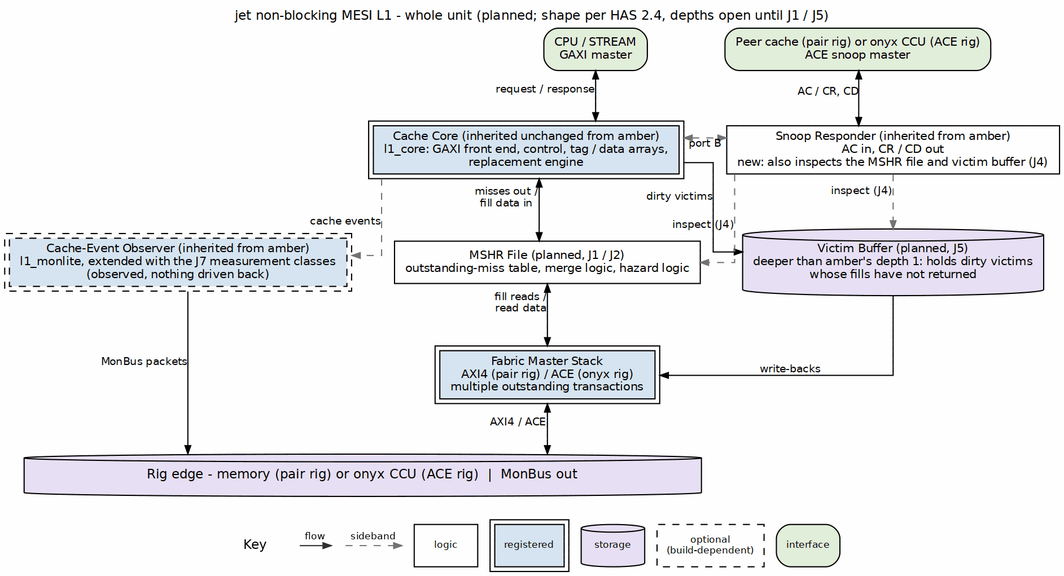
The Graphviz diagram projects/components/cache-ip/jet-mesi-l1/docs/jet_has/assets/graphviz/01_block_diagram.png in sean-galloway/RTLDesignSherpa, before a commit. Its source is kept beside it as projects/components/cache-ip/jet-mesi-l1/docs/jet_has/assets/graphviz/01_block_diagram.dot. Source of this version:
```dot
digraph jet_planned {
    graph [rankdir=TB, bgcolor="white", fontname="Helvetica", fontsize=11,
           nodesep="0.50", ranksep="0.60", splines=ortho,
           label="jet non-blocking MESI L1 - whole unit (planned; shape per HAS 2.4, depths open until J1 / J5)",
           labelloc=t, labeljust=c];
    node  [fontname="Helvetica", fontsize=10, shape=box, style=filled,
           fillcolor="white", color="black", margin="0.12,0.06"];
    edge  [fontname="Helvetica", fontsize=9, color="black", arrowsize=0.7];

    cpu  [label="CPU / STREAM\nGAXI master", fillcolor="white", style="rounded,filled", fillcolor="#E2EFDA"];
    peer [label="Peer cache (pair rig) or onyx CCU (ACE rig)\nACE snoop master", fillcolor="white", style="rounded,filled", fillcolor="#E2EFDA"];

    core [label="Cache Core (inherited unchanged from amber)\nl1_core: GAXI front end, control, tag / data arrays,\nreplacement engine", peripheries=2, style="filled", fillcolor="#D6E4F0"];
    snp  [label="Snoop Responder (inherited from amber)\nAC in, CR / CD out\nnew: also inspects the MSHR file and victim buffer (J4)", style="filled", fillcolor="white"];

    mshr [label="MSHR File (planned, J1 / J2)\noutstanding-miss table, merge logic, hazard logic", style="filled", fillcolor="white"];
    vic  [label="Victim Buffer (planned, J5)\ndeeper than amber's depth 1: holds dirty victims\nwhose fills have not returned", shape=cylinder, style="filled", fillcolor="#E8DFF5"];
    mon  [label="Cache-Event Observer (inherited from amber)\nl1_monlite, extended with the J7 measurement classes\n(observed, nothing driven back)", style="filled,dashed", peripheries=2, style="filled,dashed", fillcolor="#D6E4F0"];

    fab  [label="Fabric Master Stack\nAXI4 (pair rig) / ACE (onyx rig)\nmultiple outstanding transactions", peripheries=2, style="filled", fillcolor="#D6E4F0"];

    bar  [label="Rig edge - memory (pair rig) or onyx CCU (ACE rig)  |  MonBus out",
          fillcolor="white", width=8, height=0.5, fontsize=11, shape=cylinder, style="filled", fillcolor="#E8DFF5"];

    cpu  -> core [dir=both, xlabel="request / response"];
    core -> mshr [dir=both, xlabel="misses out /\nfill data in"];
    core -> vic  [xlabel="dirty victims"];
    mshr -> fab  [dir=both, xlabel="fill reads /\nread data"];
    vic  -> fab  [xlabel="write-backs"];
    fab  -> bar  [dir=both, xlabel="AXI4 / ACE"];

    peer -> snp  [dir=both, xlabel="AC / CR, CD"];
    core -> snp  [dir=both, style=dashed, color="#777777", xlabel="port B"];
    snp  -> mshr [style=dashed, color="#777777", xlabel="inspect (J4)"];
    snp  -> vic  [style=dashed, color="#777777", xlabel="inspect (J4)"];
    core -> mon  [style=dashed, color="#777777", xlabel="cache events"];
    mon  -> bar  [xlabel="MonBus packets"];

    { rank=same; cpu; peer; }
    { rank=same; core; snp; }
    { rank=same; mon; mshr; vic; }
    cpu -> peer [style=invis];
    core -> snp [style=invis];
    mon -> mshr -> vic [style=invis];
}
```
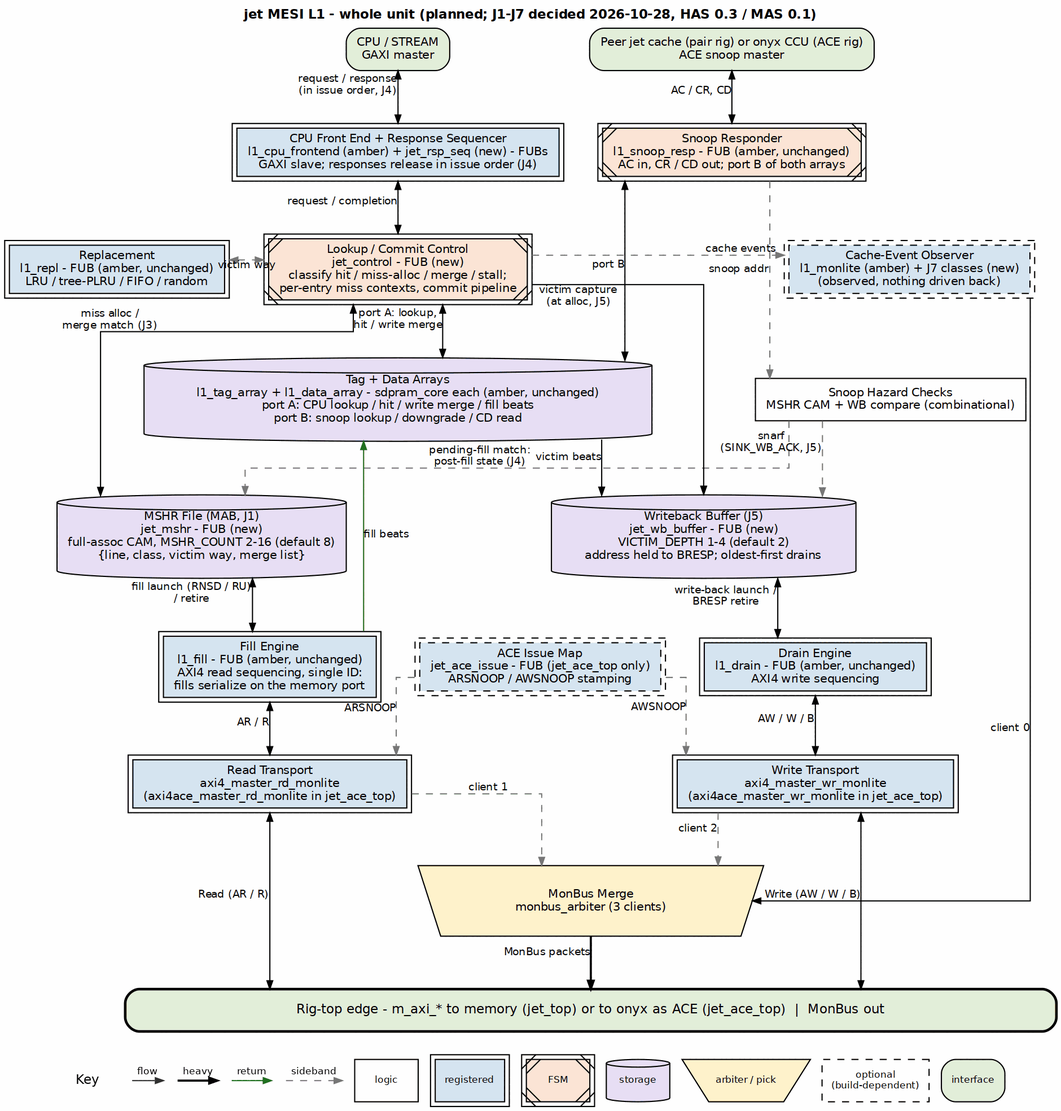
After the change.

The edit, as a diff of the source:
```diff
@@ -1,45 +1,97 @@
-digraph jet_planned {
+digraph jet_whole_unit {
     graph [rankdir=TB, bgcolor="white", fontname="Helvetica", fontsize=11,
-           nodesep="0.50", ranksep="0.60", splines=ortho,
-           label="jet non-blocking MESI L1 - whole unit (planned; shape per HAS 2.4, depths open until J1 / J5)",
+           nodesep="0.40", ranksep="0.62", splines=ortho,
+           label=<<B>jet MESI L1 - whole unit (planned; J1-J7 decided 2026-10-28, HAS 0.3 / MAS 0.1)</B>>,
            labelloc=t, labeljust=c];
     node  [fontname="Helvetica", fontsize=10, shape=box, style=filled,
            fillcolor="white", color="black", margin="0.12,0.06"];
     edge  [fontname="Helvetica", fontsize=9, color="black", arrowsize=0.7];
 
-    cpu  [label="CPU / STREAM\nGAXI master", fillcolor="white", style="rounded,filled", fillcolor="#E2EFDA"];
-    peer [label="Peer cache (pair rig) or onyx CCU (ACE rig)\nACE snoop master", fillcolor="white", style="rounded,filled", fillcolor="#E2EFDA"];
+    cpu  [group=C, label="CPU / STREAM\nGAXI master", style="rounded,filled", fillcolor="#E2EFDA"];
+    peer [group=R, label="Peer jet cache (pair rig) or onyx CCU (ACE rig)\nACE snoop master", style="rounded,filled", fillcolor="#E2EFDA"];
 
-    core [label="Cache Core (inherited unchanged from amber)\nl1_core: GAXI front end, control, tag / data arrays,\nreplacement engine", peripheries=2, style="filled", fillcolor="#D6E4F0"];
-    snp  [label="Snoop Responder (inherited from amber)\nAC in, CR / CD out\nnew: also inspects the MSHR file and victim buffer (J4)", style="filled", fillcolor="white"];
+    fe   [group=C, label="CPU Front End + Response Sequencer\nl1_cpu_frontend (amber) + jet_rsp_seq (new) - FUBs\nGAXI slave; responses release in issue order (J4)",
+          peripheries=2, style="filled", fillcolor="#D6E4F0"];
+    hz   [label="Snoop Hazard Checks\nMSHR CAM + WB compare (combinational)",
+          style="filled", fillcolor="white"];
+    snp  [group=R, label="Snoop Responder\nl1_snoop_resp - FUB (amber, unchanged)\nAC in, CR / CD out; port B of both arrays",
+          peripheries=2, style="filled,diagonals", fillcolor="#FCE4D6"];
 
-    mshr [label="MSHR File (planned, J1 / J2)\noutstanding-miss table, merge logic, hazard logic", style="filled", fillcolor="white"];
-    vic  [label="Victim Buffer (planned, J5)\ndeeper than amber's depth 1: holds dirty victims\nwhose fills have not returned", shape=cylinder, style="filled", fillcolor="#E8DFF5"];
-    mon  [label="Cache-Event Observer (inherited from amber)\nl1_monlite, extended with the J7 measurement classes\n(observed, nothing driven back)", style="filled,dashed", peripheries=2, style="filled,dashed", fillcolor="#D6E4F0"];
+    repl [label="Replacement\nl1_repl - FUB (amber, unchanged)\nLRU / tree-PLRU / FIFO / random",
+          peripheries=2, style="filled", fillcolor="#D6E4F0"];
+    ctrl [group=C, label="Lookup / Commit Control\njet_control - FUB (new)\nclassify hit / miss-alloc / merge / stall;\nper-entry miss contexts, commit pipeline",
+          peripheries=2, style="filled,diagonals", fillcolor="#FCE4D6"];
+    mon  [label="Cache-Event Observer\nl1_monlite (amber) + J7 classes (new)\n(observed, nothing driven back)",
+          peripheries=2, style="filled,dashed", fillcolor="#D6E4F0"];
 
-    fab  [label="Fabric Master Stack\nAXI4 (pair rig) / ACE (onyx rig)\nmultiple outstanding transactions", peripheries=2, style="filled", fillcolor="#D6E4F0"];
+    arr  [group=C, label="Tag + Data Arrays\nl1_tag_array + l1_data_array - sdpram_core each (amber, unchanged)\nport A: CPU lookup / hit / write merge / fill beats\nport B: snoop lookup / downgrade / CD read",
+          width=6.0, shape=cylinder, style="filled", fillcolor="#E8DFF5"];
 
-    bar  [label="Rig edge - memory (pair rig) or onyx CCU (ACE rig)  |  MonBus out",
-          fillcolor="white", width=8, height=0.5, fontsize=11, shape=cylinder, style="filled", fillcolor="#E8DFF5"];
+    mshr [label="MSHR File (MAB, J1)\njet_mshr - FUB (new)\nfull-assoc CAM, MSHR_COUNT 2-16 (default 8)\n{line, class, victim way, merge list}",
+          shape=cylinder, style="filled", fillcolor="#E8DFF5"];
+    wb   [width=3.6, label="Writeback Buffer (J5)\njet_wb_buffer - FUB (new)\nVICTIM_DEPTH 1-4 (default 2)\naddress held to BRESP; oldest-first drains",
+          shape=cylinder, style="filled", fillcolor="#E8DFF5"];
 
-    cpu  -> core [dir=both, xlabel="request / response"];
-    core -> mshr [dir=both, xlabel="misses out /\nfill data in"];
-    core -> vic  [xlabel="dirty victims"];
-    mshr -> fab  [dir=both, xlabel="fill reads /\nread data"];
-    vic  -> fab  [xlabel="write-backs"];
-    fab  -> bar  [dir=both, xlabel="AXI4 / ACE"];
+    fill  [group=L, label="Fill Engine\nl1_fill - FUB (amber, unchanged)\nAXI4 read sequencing, single ID:\nfills serialize on the memory port",
+           peripheries=2, style="filled", fillcolor="#D6E4F0"];
+    issue [label="ACE Issue Map\njet_ace_issue - FUB (jet_ace_top only)\nARSNOOP / AWSNOOP stamping",
+           peripheries=2, style="filled,dashed", fillcolor="#D6E4F0"];
+    drain [group=R, label="Drain Engine\nl1_drain - FUB (amber, unchanged)\nAXI4 write sequencing",
+           peripheries=2, style="filled", fillcolor="#D6E4F0"];
+
+    rdt [group=L, label="Read Transport\naxi4_master_rd_monlite\n(axi4ace_master_rd_monlite in jet_ace_top)",
+         peripheries=2, style="filled", fillcolor="#D6E4F0"];
+    wrt [group=R, label="Write Transport\naxi4_master_wr_monlite\n(axi4ace_master_wr_monlite in jet_ace_top)",
+         peripheries=2, style="filled", fillcolor="#D6E4F0"];
+
+    marb [label="MonBus Merge\nmonbus_arbiter (3 clients)", shape=polygon, sides=4, distortion=0.10,
+          width=2.8, height=0.5, style="filled", fillcolor="#FFF2CC"];
+
+    bar [group=C, label="Rig-top edge - m_axi_* to memory (jet_top) or to onyx as ACE (jet_ace_top)  |  MonBus out",
+         style="rounded,filled", fillcolor="#E2EFDA", penwidth=2.2,
+         width=11, height=0.5, fontsize=11];
+
+    cpu  -> fe   [dir=both, xlabel="request / response\n(in issue order, J4)"];
+    fe   -> ctrl [dir=both, xlabel="request / completion"];
+    ctrl -> arr  [dir=both, xlabel="port A: lookup,\nhit / write merge"];
+    repl -> ctrl [style=dashed, color="#777777", dir=both, xlabel="victim way"];
+
+    ctrl -> mshr [dir=both, xlabel="miss alloc /\nmerge match (J3)"];
+    ctrl -> wb   [taillabel="  victim capture\n  (at alloc, J5)"];
+    arr  -> wb   [xlabel="victim beats"];
+    mshr -> fill [dir=both, xlabel="fill launch (RNSD / RU)\n/ retire"];
+    arr  -> fill [dir=back, color="#1A7A1A", xlabel="fill beats"];
+    wb   -> drain [dir=both, xlabel="write-back launch /\nBRESP retire"];
+
+    fill  -> rdt   [dir=both, xlabel="AR / R"];
+    drain -> wrt   [dir=both, xlabel="AW / W / B"];
+    issue -> rdt   [style=dashed, color="#777777", xlabel="ARSNOOP"];
+    issue -> wrt   [style=dashed, color="#777777", xlabel="AWSNOOP"];
+    rdt   -> bar   [dir=both, xlabel="Read (AR / R)"];
+    wrt   -> bar   [dir=both, xlabel="Write (AW / W / B)"];
 
     peer -> snp  [dir=both, xlabel="AC / CR, CD"];
-    core -> snp  [dir=both, style=dashed, color="#777777", xlabel="port B"];
-    snp  -> mshr [style=dashed, color="#777777", xlabel="inspect (J4)"];
-    snp  -> vic  [style=dashed, color="#777777", xlabel="inspect (J4)"];
-    core -> mon  [style=dashed, color="#777777", xlabel="cache events"];
-    mon  -> bar  [xlabel="MonBus packets"];
+    snp  -> arr  [dir=both, xlabel="port B"];
+    snp  -> hz   [style=dashed, color="#777777", xlabel="snoop addr"];
+    hz   -> mshr [style=dashed, color="#777777", constraint=false, xlabel="pending-fill match:\npost-fill state (J4)"];
+    hz   -> wb   [style=dashed, color="#777777", xlabel="snarf\n(SINK_WB_ACK, J5)"];
+
+    ctrl -> mon  [style=dashed, color="#777777", headlabel="cache events  "];
+    mon  -> marb [xlabel="client 0"];
+    rdt  -> marb [style=dashed, color="#777777", xlabel="client 1"];
+    wrt  -> marb [style=dashed, color="#777777", xlabel="client 2"];
+    marb -> bar  [penwidth=1.8, xlabel="MonBus packets"];
 
     { rank=same; cpu; peer; }
-    { rank=same; core; snp; }
-    { rank=same; mon; mshr; vic; }
+    { rank=same; fe; snp; }
+    { rank=same; repl; ctrl; mon; }
+    { rank=same; mshr; wb; }
+    { rank=same; fill; issue; drain; }
+    { rank=same; rdt; wrt; }
     cpu -> peer [style=invis];
-    core -> snp [style=invis];
-    mon -> mshr -> vic [style=invis];
+    fe -> snp [style=invis];
+    repl -> ctrl -> mon [style=invis];
+    mshr -> wb [style=invis];
+    fill -> issue -> drain [style=invis];
+    rdt -> wrt [style=invis];
 }
```
